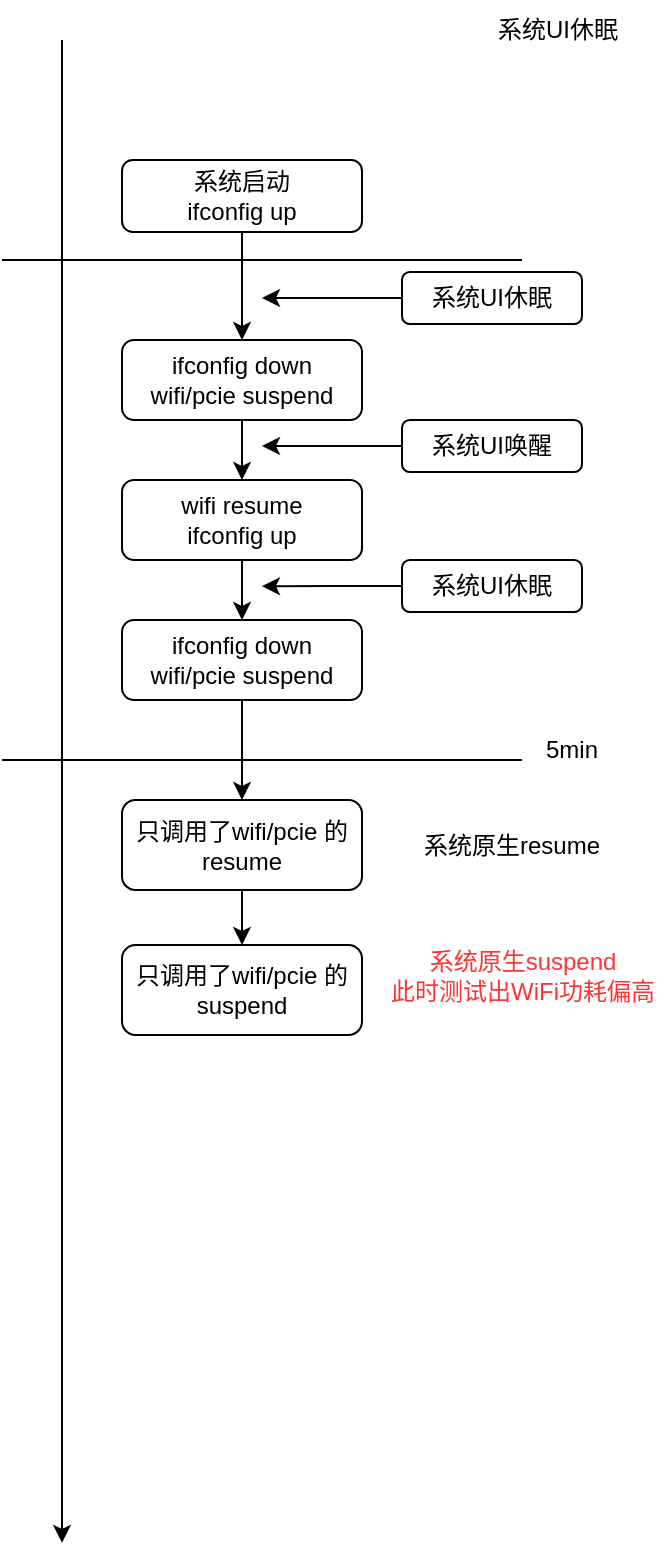
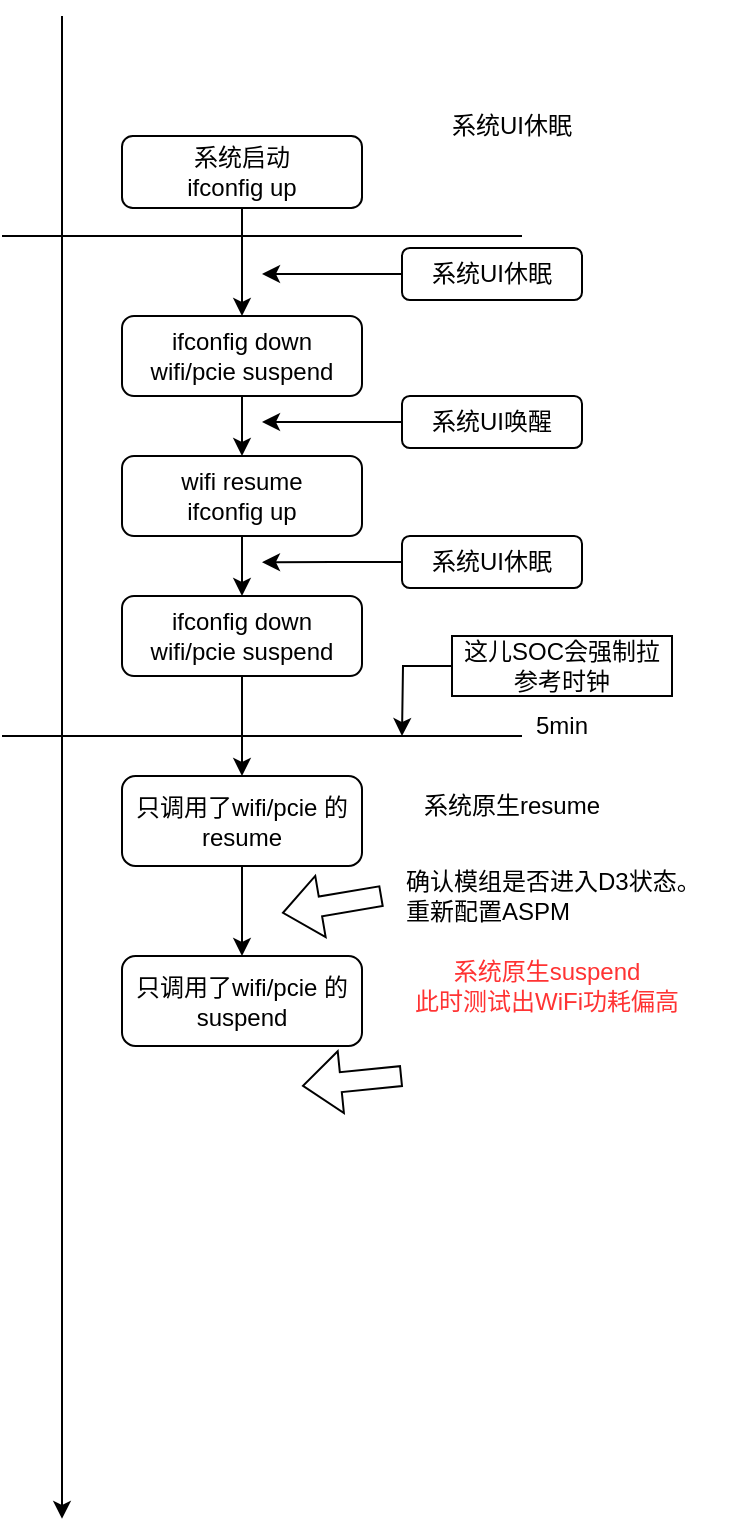
<mxfile host="app.diagrams.net">
  <diagram name="第 1 页" id="ImQaXRlsFguB4ReTO9KS">
-     <mxGraphModel dx="902" dy="467" grid="1" gridSize="10" guides="1" tooltips="1" connect="1" arrows="1" fold="1" page="1" pageScale="1" pageWidth="827" pageHeight="1169" math="0" shadow="0">
+     <mxGraphModel dx="526" dy="273" grid="1" gridSize="10" guides="1" tooltips="1" connect="1" arrows="1" fold="1" page="1" pageScale="1" pageWidth="827" pageHeight="1169" math="0" shadow="0">
      <root>
        <mxCell id="0" />
        <mxCell id="1" parent="0" />
        <mxCell id="C1tFleYjg3W5zCN1BD72-1" edge="1" parent="1" style="endArrow=classic;html=1;rounded=0;" value="">
          <mxGeometry height="50" relative="1" width="50" as="geometry">
            <mxPoint x="270" y="140" as="sourcePoint" />
            <mxPoint x="270" y="891.4285714285713" as="targetPoint" />
          </mxGeometry>
        </mxCell>
        <mxCell id="C1tFleYjg3W5zCN1BD72-20" edge="1" parent="1" source="C1tFleYjg3W5zCN1BD72-3" style="edgeStyle=orthogonalEdgeStyle;rounded=0;orthogonalLoop=1;jettySize=auto;html=1;exitX=0.5;exitY=1;exitDx=0;exitDy=0;entryX=0.5;entryY=0;entryDx=0;entryDy=0;" target="C1tFleYjg3W5zCN1BD72-4">
          <mxGeometry relative="1" as="geometry" />
        </mxCell>
        <mxCell id="C1tFleYjg3W5zCN1BD72-3" parent="1" style="rounded=1;whiteSpace=wrap;html=1;" value="系统启动&lt;br&gt;ifconfig up" vertex="1">
          <mxGeometry height="36" width="120" x="300" y="200" as="geometry" />
        </mxCell>
        <mxCell id="C1tFleYjg3W5zCN1BD72-23" edge="1" parent="1" source="C1tFleYjg3W5zCN1BD72-4" style="edgeStyle=orthogonalEdgeStyle;rounded=0;orthogonalLoop=1;jettySize=auto;html=1;exitX=0.5;exitY=1;exitDx=0;exitDy=0;entryX=0.5;entryY=0;entryDx=0;entryDy=0;" target="C1tFleYjg3W5zCN1BD72-6">
          <mxGeometry relative="1" as="geometry" />
        </mxCell>
        <mxCell id="C1tFleYjg3W5zCN1BD72-4" parent="1" style="rounded=1;whiteSpace=wrap;html=1;" value="ifconfig down&lt;div&gt;wifi/pcie suspend&lt;/div&gt;" vertex="1">
          <mxGeometry height="40" width="120" x="300" y="290" as="geometry" />
        </mxCell>
        <mxCell id="C1tFleYjg3W5zCN1BD72-33" edge="1" parent="1" source="C1tFleYjg3W5zCN1BD72-6" style="edgeStyle=orthogonalEdgeStyle;rounded=0;orthogonalLoop=1;jettySize=auto;html=1;exitX=0.5;exitY=1;exitDx=0;exitDy=0;entryX=0.5;entryY=0;entryDx=0;entryDy=0;" target="C1tFleYjg3W5zCN1BD72-9">
          <mxGeometry relative="1" as="geometry" />
        </mxCell>
        <mxCell id="C1tFleYjg3W5zCN1BD72-6" parent="1" style="rounded=1;whiteSpace=wrap;html=1;" value="wifi resume&lt;br&gt;ifconfig up" vertex="1">
          <mxGeometry height="40" width="120" x="300" y="360" as="geometry" />
        </mxCell>
        <mxCell id="C1tFleYjg3W5zCN1BD72-7" edge="1" parent="1" style="endArrow=none;html=1;rounded=0;" value="">
          <mxGeometry height="50" relative="1" width="50" as="geometry">
            <mxPoint x="240" y="250" as="sourcePoint" />
            <mxPoint x="500" y="250" as="targetPoint" />
          </mxGeometry>
        </mxCell>
        <mxCell id="C1tFleYjg3W5zCN1BD72-36" edge="1" parent="1" source="C1tFleYjg3W5zCN1BD72-9" style="edgeStyle=orthogonalEdgeStyle;rounded=0;orthogonalLoop=1;jettySize=auto;html=1;exitX=0.5;exitY=1;exitDx=0;exitDy=0;entryX=0.5;entryY=0;entryDx=0;entryDy=0;" target="C1tFleYjg3W5zCN1BD72-12">
          <mxGeometry relative="1" as="geometry" />
        </mxCell>
        <mxCell id="C1tFleYjg3W5zCN1BD72-9" parent="1" style="rounded=1;whiteSpace=wrap;html=1;" value="ifconfig down&lt;br&gt;wifi/pcie suspend" vertex="1">
          <mxGeometry height="40" width="120" x="300" y="430" as="geometry" />
        </mxCell>
        <mxCell id="C1tFleYjg3W5zCN1BD72-10" edge="1" parent="1" source="C1tFleYjg3W5zCN1BD72-9" style="edgeStyle=orthogonalEdgeStyle;rounded=0;orthogonalLoop=1;jettySize=auto;html=1;exitX=0.5;exitY=1;exitDx=0;exitDy=0;" target="C1tFleYjg3W5zCN1BD72-9">
          <mxGeometry relative="1" as="geometry" />
        </mxCell>
        <mxCell id="C1tFleYjg3W5zCN1BD72-11" edge="1" parent="1" style="endArrow=none;html=1;rounded=0;" value="">
          <mxGeometry height="50" relative="1" width="50" as="geometry">
            <mxPoint x="240" y="500" as="sourcePoint" />
            <mxPoint x="500" y="500" as="targetPoint" />
          </mxGeometry>
        </mxCell>
        <mxCell id="C1tFleYjg3W5zCN1BD72-37" edge="1" parent="1" source="C1tFleYjg3W5zCN1BD72-12" style="edgeStyle=orthogonalEdgeStyle;rounded=0;orthogonalLoop=1;jettySize=auto;html=1;exitX=0.5;exitY=1;exitDx=0;exitDy=0;entryX=0.5;entryY=0;entryDx=0;entryDy=0;" target="C1tFleYjg3W5zCN1BD72-17">
          <mxGeometry relative="1" as="geometry" />
        </mxCell>
        <mxCell id="C1tFleYjg3W5zCN1BD72-12" parent="1" style="rounded=1;whiteSpace=wrap;html=1;" value="只调用了wifi/pcie 的resume" vertex="1">
          <mxGeometry height="45" width="120" x="300" y="520" as="geometry" />
        </mxCell>
        <mxCell id="C1tFleYjg3W5zCN1BD72-13" parent="1" style="text;html=1;whiteSpace=wrap;strokeColor=none;fillColor=none;align=center;verticalAlign=middle;rounded=0;" value="系统UI休眠" vertex="1">
-           <mxGeometry height="30" width="70" x="482.5" y="120" as="geometry" />
+           <mxGeometry height="30" width="70" x="460" y="180" as="geometry" />
        </mxCell>
        <mxCell id="C1tFleYjg3W5zCN1BD72-16" parent="1" style="text;html=1;whiteSpace=wrap;strokeColor=none;fillColor=none;align=center;verticalAlign=middle;rounded=0;" value="系统原生resume" vertex="1">
-           <mxGeometry height="30" width="110" x="440" y="527.5" as="geometry" />
+           <mxGeometry height="30" width="110" x="440" y="520" as="geometry" />
        </mxCell>
        <mxCell id="C1tFleYjg3W5zCN1BD72-17" parent="1" style="rounded=1;whiteSpace=wrap;html=1;" value="只调用了wifi/pcie 的suspend" vertex="1">
-           <mxGeometry height="45" width="120" x="300" y="592.5" as="geometry" />
+           <mxGeometry height="45" width="120" x="300" y="610" as="geometry" />
        </mxCell>
        <mxCell id="C1tFleYjg3W5zCN1BD72-18" parent="1" style="text;html=1;whiteSpace=wrap;strokeColor=none;fillColor=none;align=center;verticalAlign=middle;rounded=0;" value="&lt;font style=&quot;color: rgb(255, 51, 51);&quot;&gt;系统原生suspend&lt;/font&gt;&lt;div&gt;&lt;span style=&quot;background-color: transparent;&quot;&gt;&lt;font style=&quot;color: rgb(255, 51, 51);&quot;&gt;此时测试出WiFi功耗偏高&lt;/font&gt;&lt;/span&gt;&lt;/div&gt;" vertex="1">
-           <mxGeometry height="60" width="145" x="427.5" y="577.5" as="geometry" />
+           <mxGeometry height="60" width="145" x="440" y="595" as="geometry" />
        </mxCell>
        <mxCell id="C1tFleYjg3W5zCN1BD72-19" parent="1" style="text;html=1;whiteSpace=wrap;strokeColor=none;fillColor=none;align=center;verticalAlign=middle;rounded=0;" value="5min" vertex="1">
-           <mxGeometry height="30" width="60" x="495" y="480" as="geometry" />
+           <mxGeometry height="30" width="60" x="490" y="480" as="geometry" />
        </mxCell>
        <mxCell id="C1tFleYjg3W5zCN1BD72-39" edge="1" parent="1" source="C1tFleYjg3W5zCN1BD72-21" style="edgeStyle=orthogonalEdgeStyle;rounded=0;orthogonalLoop=1;jettySize=auto;html=1;">
          <mxGeometry relative="1" as="geometry">
            <mxPoint x="370" y="269" as="targetPoint" />
          </mxGeometry>
        </mxCell>
        <mxCell id="C1tFleYjg3W5zCN1BD72-21" parent="1" style="rounded=1;whiteSpace=wrap;html=1;" value="系统UI休眠" vertex="1">
          <mxGeometry height="26" width="90" x="440" y="256" as="geometry" />
        </mxCell>
        <mxCell id="C1tFleYjg3W5zCN1BD72-26" edge="1" parent="1" source="C1tFleYjg3W5zCN1BD72-27" style="edgeStyle=orthogonalEdgeStyle;rounded=0;orthogonalLoop=1;jettySize=auto;html=1;">
          <mxGeometry relative="1" as="geometry">
            <mxPoint x="370" y="343" as="targetPoint" />
          </mxGeometry>
        </mxCell>
        <mxCell id="C1tFleYjg3W5zCN1BD72-27" parent="1" style="rounded=1;whiteSpace=wrap;html=1;" value="系统UI唤醒" vertex="1">
          <mxGeometry height="26" width="90" x="440" y="330" as="geometry" />
        </mxCell>
        <mxCell id="C1tFleYjg3W5zCN1BD72-40" edge="1" parent="1" source="C1tFleYjg3W5zCN1BD72-32" style="edgeStyle=orthogonalEdgeStyle;rounded=0;orthogonalLoop=1;jettySize=auto;html=1;exitX=0;exitY=0.5;exitDx=0;exitDy=0;">
          <mxGeometry relative="1" as="geometry">
            <mxPoint x="370" y="413.1111111111111" as="targetPoint" />
          </mxGeometry>
        </mxCell>
        <mxCell id="C1tFleYjg3W5zCN1BD72-32" parent="1" style="rounded=1;whiteSpace=wrap;html=1;" value="系统UI休眠" vertex="1">
          <mxGeometry height="26" width="90" x="440" y="400" as="geometry" />
        </mxCell>
+         <mxCell id="N1FkIVkvK4R3nEjsa3D1-1" edge="1" parent="1" style="shape=flexArrow;endArrow=classic;html=1;rounded=0;" value="">
+           <mxGeometry height="50" relative="1" width="50" as="geometry">
+             <mxPoint x="430" y="580" as="sourcePoint" />
+             <mxPoint x="380" y="588.5" as="targetPoint" />
+           </mxGeometry>
+         </mxCell>
+         <mxCell id="N1FkIVkvK4R3nEjsa3D1-2" edge="1" parent="1" style="shape=flexArrow;endArrow=classic;html=1;rounded=0;" value="">
+           <mxGeometry height="50" relative="1" width="50" as="geometry">
+             <mxPoint x="440" y="670" as="sourcePoint" />
+             <mxPoint x="390" y="675" as="targetPoint" />
+           </mxGeometry>
+         </mxCell>
+         <mxCell id="N1FkIVkvK4R3nEjsa3D1-3" parent="1" style="text;html=1;whiteSpace=wrap;strokeColor=none;fillColor=none;align=left;verticalAlign=middle;rounded=0;" value="确认模组是否进入D3状态。&lt;br&gt;重新配置ASPM" vertex="1">
+           <mxGeometry height="30" width="165" x="440" y="565" as="geometry" />
+         </mxCell>
+         <mxCell id="N1FkIVkvK4R3nEjsa3D1-5" edge="1" parent="1" source="N1FkIVkvK4R3nEjsa3D1-4" style="edgeStyle=orthogonalEdgeStyle;rounded=0;orthogonalLoop=1;jettySize=auto;html=1;">
+           <mxGeometry relative="1" as="geometry">
+             <mxPoint x="440" y="500" as="targetPoint" />
+           </mxGeometry>
+         </mxCell>
+         <mxCell id="N1FkIVkvK4R3nEjsa3D1-4" parent="1" style="text;html=1;whiteSpace=wrap;align=center;verticalAlign=middle;rounded=0;strokeColor=default;" value="这儿SOC会强制拉参考时钟" vertex="1">
+           <mxGeometry height="30" width="110" x="465" y="450" as="geometry" />
+         </mxCell>
      </root>
    </mxGraphModel>
  </diagram>
</mxfile>
